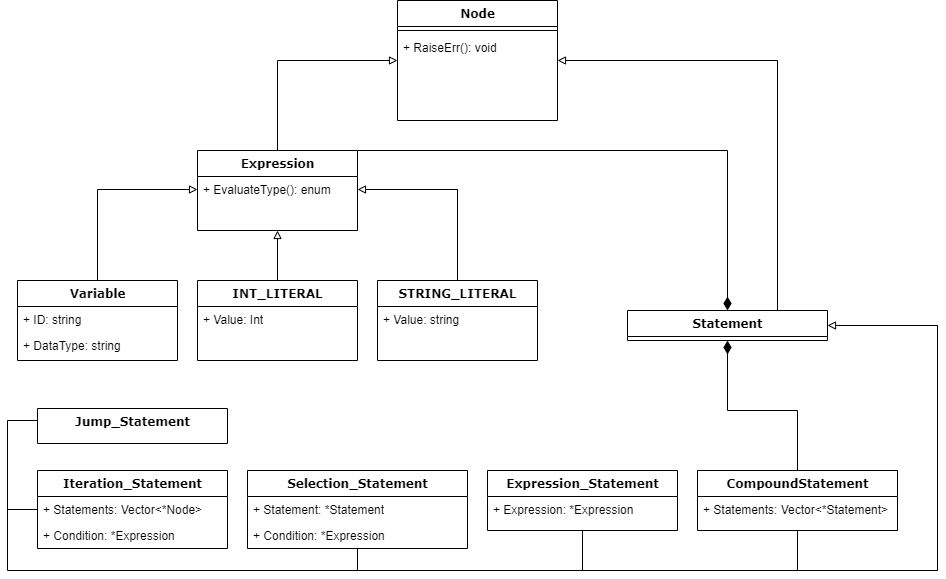
tjfacos/FearnLang keeps this draw.io diagram as Analysis/Modelling/NEA Analysis Class Diagrams.drawio.png. Above is the earlier version. Source tidied: cells renumbered, new cells last; positions are measured from the earlier drawing's top-left corner, leaving out a move shared by most shapes. The source it was exported from:
```xml
<mxGraphModel>
  <root>
    <mxCell id="0" />
    <mxCell id="1" parent="0" />
    <mxCell id="2" value="Node" style="swimlane;html=1;fontStyle=1;align=center;verticalAlign=top;horizontal=1;startSize=26;swimlaneFillColor=#ffffff;rounded=0;shadow=0;comic=0;labelBackgroundColor=none;strokeWidth=1;fillColor=none;fontFamily=Verdana;fontSize=12;" parent="1" vertex="1">
      <mxGeometry x="390" width="160" height="120" as="geometry" />
    </mxCell>
    <mxCell id="3" style="line;html=1;strokeWidth=1;fillColor=none;align=left;verticalAlign=middle;spacingTop=-1;spacingLeft=3;spacingRight=3;labelPosition=right;" parent="2" vertex="1">
      <mxGeometry y="26" width="160" height="8" as="geometry" />
    </mxCell>
    <mxCell id="4" value="+ RaiseErr(): void" style="text;html=1;strokeColor=none;fillColor=none;align=left;verticalAlign=top;spacingLeft=4;spacingRight=4;whiteSpace=wrap;overflow=hidden;" parent="2" vertex="1">
      <mxGeometry y="34" width="160" height="26" as="geometry" />
    </mxCell>
    <mxCell id="5" style="edgeStyle=orthogonalEdgeStyle;rounded=0;jettySize=auto;html=1;exitX=0.5;exitY=0;exitDx=0;exitDy=0;entryX=0;entryY=0.5;entryDx=0;entryDy=0;endArrow=block;endFill=0;" parent="1" edge="1" source="6" target="22">
      <mxGeometry relative="1" as="geometry" />
    </mxCell>
    <mxCell id="6" value="Variable" style="swimlane;html=1;fontStyle=1;align=center;verticalAlign=top;horizontal=1;startSize=26;swimlaneFillColor=#ffffff;rounded=0;shadow=0;comic=0;labelBackgroundColor=none;strokeWidth=1;fillColor=none;fontFamily=Verdana;fontSize=12;" parent="1" vertex="1">
      <mxGeometry x="10" y="280" width="160" height="80" as="geometry" />
    </mxCell>
    <mxCell id="7" value="+ ID: string" style="text;html=1;strokeColor=none;fillColor=none;align=left;verticalAlign=top;spacingLeft=4;spacingRight=4;whiteSpace=wrap;overflow=hidden;" parent="6" vertex="1">
      <mxGeometry y="26" width="160" height="26" as="geometry" />
    </mxCell>
    <mxCell id="8" value="+ DataType: string" style="text;html=1;strokeColor=none;fillColor=none;align=left;verticalAlign=top;spacingLeft=4;spacingRight=4;whiteSpace=wrap;overflow=hidden;" parent="6" vertex="1">
      <mxGeometry y="52" width="160" height="26" as="geometry" />
    </mxCell>
    <mxCell id="9" style="edgeStyle=none;rounded=0;jettySize=auto;html=1;exitX=0.5;exitY=1;exitDx=0;exitDy=0;startArrow=none;startFill=0;endArrow=none;endFill=0;startSize=13;endSize=11;sourcePerimeterSpacing=0;" parent="1" edge="1" source="11">
      <mxGeometry relative="1" as="geometry">
        <mxPoint x="790" y="570" as="targetPoint" />
      </mxGeometry>
    </mxCell>
    <mxCell id="10" style="edgeStyle=orthogonalEdgeStyle;rounded=0;jettySize=auto;html=1;exitX=0.5;exitY=0;exitDx=0;exitDy=0;entryX=0.5;entryY=1;entryDx=0;entryDy=0;startArrow=none;startFill=0;endArrow=diamondThin;endFill=1;startSize=13;endSize=11;sourcePerimeterSpacing=0;" parent="1" edge="1" source="11" target="36">
      <mxGeometry relative="1" as="geometry" />
    </mxCell>
    <mxCell id="11" value="CompoundStatement" style="swimlane;html=1;fontStyle=1;align=center;verticalAlign=top;horizontal=1;startSize=26;swimlaneFillColor=#ffffff;rounded=0;shadow=0;comic=0;labelBackgroundColor=none;strokeWidth=1;fillColor=none;fontFamily=Verdana;fontSize=12;" parent="1" vertex="1">
      <mxGeometry x="690" y="470" width="200" height="60" as="geometry" />
    </mxCell>
    <mxCell id="12" value="+ Statements: Vector&amp;lt;*Statement&amp;gt;" style="text;html=1;strokeColor=none;fillColor=none;align=left;verticalAlign=top;spacingLeft=4;spacingRight=4;whiteSpace=wrap;overflow=hidden;" parent="11" vertex="1">
      <mxGeometry y="26" width="200" height="26" as="geometry" />
    </mxCell>
    <mxCell id="13" style="edgeStyle=orthogonalEdgeStyle;rounded=0;jettySize=auto;html=1;exitX=0.5;exitY=0;exitDx=0;exitDy=0;entryX=0.5;entryY=1;entryDx=0;entryDy=0;endArrow=block;endFill=0;" parent="1" edge="1" source="14" target="21">
      <mxGeometry relative="1" as="geometry" />
    </mxCell>
    <mxCell id="14" value="INT_LITERAL" style="swimlane;html=1;fontStyle=1;align=center;verticalAlign=top;horizontal=1;startSize=26;swimlaneFillColor=#ffffff;rounded=0;shadow=0;comic=0;labelBackgroundColor=none;strokeWidth=1;fillColor=none;fontFamily=Verdana;fontSize=12;" parent="1" vertex="1">
      <mxGeometry x="190" y="280" width="160" height="80" as="geometry" />
    </mxCell>
    <mxCell id="15" value="+ Value: Int" style="text;html=1;strokeColor=none;fillColor=none;align=left;verticalAlign=top;spacingLeft=4;spacingRight=4;whiteSpace=wrap;overflow=hidden;" parent="14" vertex="1">
      <mxGeometry y="26" width="160" height="26" as="geometry" />
    </mxCell>
    <mxCell id="16" style="edgeStyle=orthogonalEdgeStyle;rounded=0;jettySize=auto;html=1;exitX=0.5;exitY=0;exitDx=0;exitDy=0;entryX=1;entryY=0.5;entryDx=0;entryDy=0;endArrow=block;endFill=0;" parent="1" edge="1" source="17" target="22">
      <mxGeometry relative="1" as="geometry" />
    </mxCell>
    <mxCell id="17" value="STRING_LITERAL" style="swimlane;html=1;fontStyle=1;align=center;verticalAlign=top;horizontal=1;startSize=26;swimlaneFillColor=#ffffff;rounded=0;shadow=0;comic=0;labelBackgroundColor=none;strokeWidth=1;fillColor=none;fontFamily=Verdana;fontSize=12;" parent="1" vertex="1">
      <mxGeometry x="370" y="280" width="160" height="80" as="geometry" />
    </mxCell>
    <mxCell id="18" value="+ Value: string" style="text;html=1;strokeColor=none;fillColor=none;align=left;verticalAlign=top;spacingLeft=4;spacingRight=4;whiteSpace=wrap;overflow=hidden;" parent="17" vertex="1">
      <mxGeometry y="26" width="160" height="26" as="geometry" />
    </mxCell>
    <mxCell id="19" style="edgeStyle=orthogonalEdgeStyle;rounded=0;jettySize=auto;html=1;exitX=0.5;exitY=0;exitDx=0;exitDy=0;entryX=0;entryY=0.5;entryDx=0;entryDy=0;endArrow=block;endFill=0;" parent="1" edge="1" source="21" target="2">
      <mxGeometry relative="1" as="geometry" />
    </mxCell>
    <mxCell id="20" style="edgeStyle=orthogonalEdgeStyle;rounded=0;jettySize=auto;html=1;exitX=1;exitY=0;exitDx=0;exitDy=0;entryX=0.5;entryY=0;entryDx=0;entryDy=0;startArrow=none;startFill=0;endArrow=diamondThin;endFill=1;startSize=13;endSize=11;sourcePerimeterSpacing=0;" parent="1" edge="1" source="21" target="36">
      <mxGeometry relative="1" as="geometry">
        <Array as="points">
          <mxPoint x="720" y="150" />
        </Array>
      </mxGeometry>
    </mxCell>
    <mxCell id="21" value="Expression" style="swimlane;html=1;fontStyle=1;align=center;verticalAlign=top;horizontal=1;startSize=26;swimlaneFillColor=#ffffff;rounded=0;shadow=0;comic=0;labelBackgroundColor=none;strokeWidth=1;fillColor=none;fontFamily=Verdana;fontSize=12;" parent="1" vertex="1">
      <mxGeometry x="190" y="150" width="160" height="80" as="geometry" />
    </mxCell>
    <mxCell id="22" value="+ EvaluateType(): enum" style="text;html=1;strokeColor=none;fillColor=none;align=left;verticalAlign=top;spacingLeft=4;spacingRight=4;whiteSpace=wrap;overflow=hidden;points=[[0,0.5],[1,0.5]];portConstraint=eastwest;" parent="21" vertex="1">
      <mxGeometry y="26" width="160" height="26" as="geometry" />
    </mxCell>
    <mxCell id="23" style="edgeStyle=none;rounded=0;jettySize=auto;html=1;exitX=0.5;exitY=1;exitDx=0;exitDy=0;startArrow=none;startFill=0;endArrow=none;endFill=0;startSize=13;endSize=11;sourcePerimeterSpacing=0;" parent="1" edge="1" source="24">
      <mxGeometry relative="1" as="geometry">
        <mxPoint x="575" y="570" as="targetPoint" />
      </mxGeometry>
    </mxCell>
    <mxCell id="24" value="Expression_Statement" style="swimlane;html=1;fontStyle=1;align=center;verticalAlign=top;horizontal=1;startSize=26;swimlaneFillColor=#ffffff;rounded=0;shadow=0;comic=0;labelBackgroundColor=none;strokeWidth=1;fillColor=none;fontFamily=Verdana;fontSize=12;" parent="1" vertex="1">
      <mxGeometry x="480" y="470" width="190" height="60" as="geometry" />
    </mxCell>
    <mxCell id="25" value="+ Expression: *Expression" style="text;html=1;strokeColor=none;fillColor=none;align=left;verticalAlign=top;spacingLeft=4;spacingRight=4;whiteSpace=wrap;overflow=hidden;" parent="24" vertex="1">
      <mxGeometry y="26" width="190" height="26" as="geometry" />
    </mxCell>
    <mxCell id="26" style="edgeStyle=none;rounded=0;jettySize=auto;html=1;exitX=0.5;exitY=1;exitDx=0;exitDy=0;startArrow=none;startFill=0;endArrow=none;endFill=0;startSize=13;endSize=11;sourcePerimeterSpacing=0;" parent="1" edge="1" source="27">
      <mxGeometry relative="1" as="geometry">
        <mxPoint x="350" y="570" as="targetPoint" />
      </mxGeometry>
    </mxCell>
    <mxCell id="27" value="Selection_Statement" style="swimlane;html=1;fontStyle=1;align=center;verticalAlign=top;horizontal=1;startSize=26;swimlaneFillColor=#ffffff;rounded=0;shadow=0;comic=0;labelBackgroundColor=none;strokeWidth=1;fillColor=none;fontFamily=Verdana;fontSize=12;" parent="1" vertex="1">
      <mxGeometry x="240" y="470" width="220" height="78" as="geometry" />
    </mxCell>
    <mxCell id="28" value="+ Statement: *Statement" style="text;html=1;strokeColor=none;fillColor=none;align=left;verticalAlign=top;spacingLeft=4;spacingRight=4;whiteSpace=wrap;overflow=hidden;" parent="27" vertex="1">
      <mxGeometry y="26" width="220" height="26" as="geometry" />
    </mxCell>
    <mxCell id="29" value="+ Condition: *Expression" style="text;html=1;strokeColor=none;fillColor=none;align=left;verticalAlign=top;spacingLeft=4;spacingRight=4;whiteSpace=wrap;overflow=hidden;" parent="27" vertex="1">
      <mxGeometry y="52" width="220" height="26" as="geometry" />
    </mxCell>
    <mxCell id="30" value="Iteration_Statement" style="swimlane;html=1;fontStyle=1;align=center;verticalAlign=top;horizontal=1;startSize=26;swimlaneFillColor=#ffffff;rounded=0;shadow=0;comic=0;labelBackgroundColor=none;strokeWidth=1;fillColor=none;fontFamily=Verdana;fontSize=12;" parent="1" vertex="1">
      <mxGeometry x="30" y="470" width="190" height="78" as="geometry" />
    </mxCell>
    <mxCell id="31" value="+ Statements: Vector&amp;lt;*Node&amp;gt;" style="text;html=1;strokeColor=none;fillColor=none;align=left;verticalAlign=top;spacingLeft=4;spacingRight=4;whiteSpace=wrap;overflow=hidden;points=[[0,0.5],[1,0.5]];portConstraint=eastwest;" parent="30" vertex="1">
      <mxGeometry y="26" width="190" height="26" as="geometry" />
    </mxCell>
    <mxCell id="32" value="+ Condition: *Expression" style="text;html=1;strokeColor=none;fillColor=none;align=left;verticalAlign=top;spacingLeft=4;spacingRight=4;whiteSpace=wrap;overflow=hidden;" parent="30" vertex="1">
      <mxGeometry y="52" width="190" height="26" as="geometry" />
    </mxCell>
    <mxCell id="33" value="Jump_Statement" style="swimlane;html=1;fontStyle=1;align=center;verticalAlign=top;horizontal=1;startSize=55;swimlaneFillColor=#ffffff;rounded=0;shadow=0;comic=0;labelBackgroundColor=none;strokeWidth=1;fillColor=none;fontFamily=Verdana;fontSize=12;" parent="1" vertex="1">
      <mxGeometry x="30" y="408" width="190" height="35" as="geometry" />
    </mxCell>
    <mxCell id="34" style="edgeStyle=orthogonalEdgeStyle;rounded=0;jettySize=auto;html=1;endArrow=block;endFill=0;entryX=1;entryY=0.5;entryDx=0;entryDy=0;" parent="1" edge="1" target="36">
      <mxGeometry relative="1" as="geometry">
        <mxPoint x="30" y="430" as="sourcePoint" />
        <Array as="points">
          <mxPoint x="30" y="420" />
          <mxPoint y="420" />
          <mxPoint y="570" />
          <mxPoint x="930" y="570" />
          <mxPoint x="930" y="325" />
        </Array>
      </mxGeometry>
    </mxCell>
    <mxCell id="35" style="edgeStyle=none;rounded=0;jettySize=auto;html=1;exitX=0;exitY=0.5;exitDx=0;exitDy=0;startArrow=none;startFill=0;endArrow=none;endFill=0;startSize=13;endSize=11;sourcePerimeterSpacing=0;" parent="1" edge="1" source="31">
      <mxGeometry relative="1" as="geometry">
        <mxPoint y="509" as="targetPoint" />
      </mxGeometry>
    </mxCell>
    <mxCell id="36" value="Statement" style="swimlane;html=1;fontStyle=1;align=center;verticalAlign=top;horizontal=1;startSize=26;swimlaneFillColor=#ffffff;rounded=0;shadow=0;comic=0;labelBackgroundColor=none;strokeWidth=1;fillColor=none;fontFamily=Verdana;fontSize=12;" parent="1" vertex="1">
      <mxGeometry x="620" y="310" width="200" height="30" as="geometry" />
    </mxCell>
    <mxCell id="37" style="edgeStyle=orthogonalEdgeStyle;rounded=0;jettySize=auto;html=1;exitX=0.75;exitY=0;exitDx=0;exitDy=0;entryX=1;entryY=0.5;entryDx=0;entryDy=0;endArrow=block;endFill=0;" parent="1" edge="1" source="36" target="2">
      <mxGeometry relative="1" as="geometry" />
    </mxCell>
  </root>
</mxGraphModel>
```
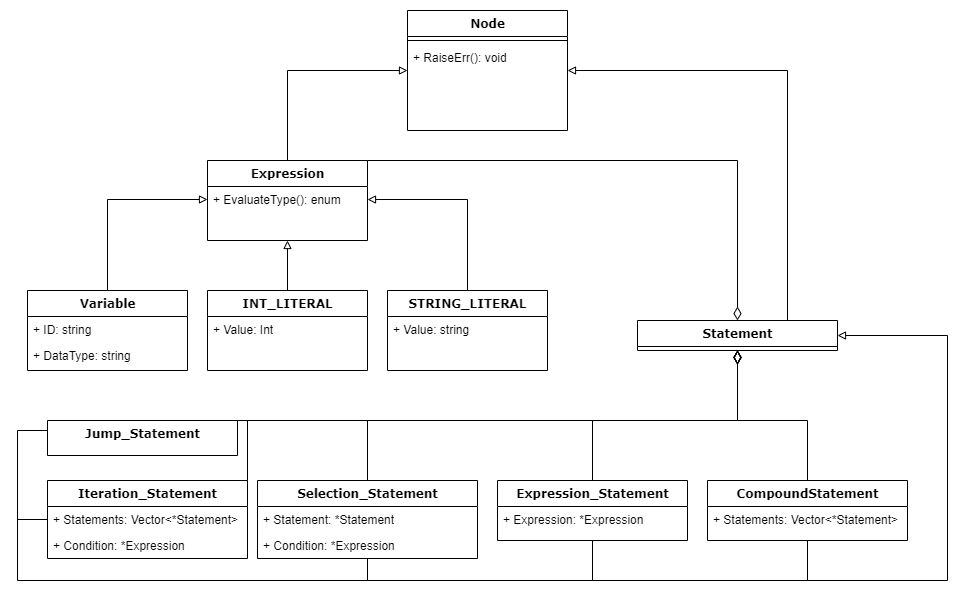
After the change.

Commit message:
Finished diagram and added new DA

Diff of the diagram source:
```diff
@@ -28,7 +28,7 @@
         <mxPoint x="790" y="570" as="targetPoint" />
       </mxGeometry>
     </mxCell>
-    <mxCell id="10" style="edgeStyle=orthogonalEdgeStyle;rounded=0;jettySize=auto;html=1;exitX=0.5;exitY=0;exitDx=0;exitDy=0;entryX=0.5;entryY=1;entryDx=0;entryDy=0;startArrow=none;startFill=0;endArrow=diamondThin;endFill=1;startSize=13;endSize=11;sourcePerimeterSpacing=0;" parent="1" edge="1" source="11" target="36">
+    <mxCell id="10" style="edgeStyle=orthogonalEdgeStyle;rounded=0;jettySize=auto;html=1;exitX=0.5;exitY=0;exitDx=0;exitDy=0;entryX=0.5;entryY=1;entryDx=0;entryDy=0;startArrow=none;startFill=0;endArrow=diamondThin;endFill=0;startSize=13;endSize=11;sourcePerimeterSpacing=0;" parent="1" edge="1" source="11" target="36">
       <mxGeometry relative="1" as="geometry" />
     </mxCell>
     <mxCell id="11" value="CompoundStatement" style="swimlane;html=1;fontStyle=1;align=center;verticalAlign=top;horizontal=1;startSize=26;swimlaneFillColor=#ffffff;rounded=0;shadow=0;comic=0;labelBackgroundColor=none;strokeWidth=1;fillColor=none;fontFamily=Verdana;fontSize=12;" parent="1" vertex="1">
@@ -58,7 +58,7 @@
     <mxCell id="19" style="edgeStyle=orthogonalEdgeStyle;rounded=0;jettySize=auto;html=1;exitX=0.5;exitY=0;exitDx=0;exitDy=0;entryX=0;entryY=0.5;entryDx=0;entryDy=0;endArrow=block;endFill=0;" parent="1" edge="1" source="21" target="2">
       <mxGeometry relative="1" as="geometry" />
     </mxCell>
-    <mxCell id="20" style="edgeStyle=orthogonalEdgeStyle;rounded=0;jettySize=auto;html=1;exitX=1;exitY=0;exitDx=0;exitDy=0;entryX=0.5;entryY=0;entryDx=0;entryDy=0;startArrow=none;startFill=0;endArrow=diamondThin;endFill=1;startSize=13;endSize=11;sourcePerimeterSpacing=0;" parent="1" edge="1" source="21" target="36">
+    <mxCell id="20" style="edgeStyle=orthogonalEdgeStyle;rounded=0;jettySize=auto;html=1;exitX=1;exitY=0;exitDx=0;exitDy=0;entryX=0.5;entryY=0;entryDx=0;entryDy=0;startArrow=none;startFill=0;endArrow=diamondThin;endFill=0;startSize=13;endSize=11;sourcePerimeterSpacing=0;" parent="1" edge="1" source="21" target="36">
       <mxGeometry relative="1" as="geometry">
         <Array as="points">
           <mxPoint x="720" y="150" />
@@ -97,16 +97,16 @@
       <mxGeometry y="52" width="220" height="26" as="geometry" />
     </mxCell>
     <mxCell id="30" value="Iteration_Statement" style="swimlane;html=1;fontStyle=1;align=center;verticalAlign=top;horizontal=1;startSize=26;swimlaneFillColor=#ffffff;rounded=0;shadow=0;comic=0;labelBackgroundColor=none;strokeWidth=1;fillColor=none;fontFamily=Verdana;fontSize=12;" parent="1" vertex="1">
-      <mxGeometry x="30" y="470" width="190" height="78" as="geometry" />
+      <mxGeometry x="30" y="470" width="200" height="78" as="geometry" />
     </mxCell>
-    <mxCell id="31" value="+ Statements: Vector&amp;lt;*Node&amp;gt;" style="text;html=1;strokeColor=none;fillColor=none;align=left;verticalAlign=top;spacingLeft=4;spacingRight=4;whiteSpace=wrap;overflow=hidden;points=[[0,0.5],[1,0.5]];portConstraint=eastwest;" parent="30" vertex="1">
-      <mxGeometry y="26" width="190" height="26" as="geometry" />
+    <mxCell id="31" value="+ Statements: Vector&amp;lt;*Statement&amp;gt;" style="text;html=1;strokeColor=none;fillColor=none;align=left;verticalAlign=top;spacingLeft=4;spacingRight=4;whiteSpace=wrap;overflow=hidden;points=[[0,0.5],[1,0.5]];portConstraint=eastwest;" parent="30" vertex="1">
+      <mxGeometry y="26" width="200" height="26" as="geometry" />
     </mxCell>
     <mxCell id="32" value="+ Condition: *Expression" style="text;html=1;strokeColor=none;fillColor=none;align=left;verticalAlign=top;spacingLeft=4;spacingRight=4;whiteSpace=wrap;overflow=hidden;" parent="30" vertex="1">
-      <mxGeometry y="52" width="190" height="26" as="geometry" />
+      <mxGeometry y="52" width="200" height="26" as="geometry" />
     </mxCell>
     <mxCell id="33" value="Jump_Statement" style="swimlane;html=1;fontStyle=1;align=center;verticalAlign=top;horizontal=1;startSize=55;swimlaneFillColor=#ffffff;rounded=0;shadow=0;comic=0;labelBackgroundColor=none;strokeWidth=1;fillColor=none;fontFamily=Verdana;fontSize=12;" parent="1" vertex="1">
-      <mxGeometry x="30" y="408" width="190" height="35" as="geometry" />
+      <mxGeometry x="30" y="410" width="190" height="35" as="geometry" />
     </mxCell>
     <mxCell id="34" style="edgeStyle=orthogonalEdgeStyle;rounded=0;jettySize=auto;html=1;endArrow=block;endFill=0;entryX=1;entryY=0.5;entryDx=0;entryDy=0;" parent="1" edge="1" target="36">
       <mxGeometry relative="1" as="geometry">
@@ -131,5 +131,27 @@
     <mxCell id="37" style="edgeStyle=orthogonalEdgeStyle;rounded=0;jettySize=auto;html=1;exitX=0.75;exitY=0;exitDx=0;exitDy=0;entryX=1;entryY=0.5;entryDx=0;entryDy=0;endArrow=block;endFill=0;" parent="1" edge="1" source="36" target="2">
       <mxGeometry relative="1" as="geometry" />
     </mxCell>
+    <mxCell id="38" style="edgeStyle=orthogonalEdgeStyle;rounded=0;jettySize=auto;html=1;exitX=0.5;exitY=0;exitDx=0;exitDy=0;entryX=0.5;entryY=1;entryDx=0;entryDy=0;startArrow=none;startFill=0;endArrow=diamondThin;endFill=0;startSize=13;endSize=11;sourcePerimeterSpacing=0;" parent="1" edge="1" source="24" target="36">
+      <mxGeometry relative="1" as="geometry" />
+    </mxCell>
+    <mxCell id="39" style="edgeStyle=orthogonalEdgeStyle;rounded=0;jettySize=auto;html=1;exitX=0.5;exitY=0;exitDx=0;exitDy=0;entryX=0.5;entryY=1;entryDx=0;entryDy=0;startArrow=none;startFill=0;endArrow=diamondThin;endFill=0;startSize=13;endSize=11;sourcePerimeterSpacing=0;" parent="1" edge="1" source="27" target="36">
+      <mxGeometry relative="1" as="geometry" />
+    </mxCell>
+    <mxCell id="40" style="edgeStyle=orthogonalEdgeStyle;rounded=0;jettySize=auto;html=1;exitX=1;exitY=0.25;exitDx=0;exitDy=0;entryX=0.5;entryY=1;entryDx=0;entryDy=0;startArrow=none;startFill=0;endArrow=diamondThin;endFill=0;startSize=13;endSize=11;sourcePerimeterSpacing=0;" parent="1" edge="1" source="33" target="36">
+      <mxGeometry relative="1" as="geometry">
+        <Array as="points">
+          <mxPoint x="220" y="410" />
+          <mxPoint x="720" y="410" />
+        </Array>
+      </mxGeometry>
+    </mxCell>
+    <mxCell id="41" style="edgeStyle=orthogonalEdgeStyle;rounded=0;jettySize=auto;html=1;exitX=1;exitY=0;exitDx=0;exitDy=0;entryX=0.5;entryY=1;entryDx=0;entryDy=0;startArrow=none;startFill=0;endArrow=diamondThin;endFill=0;startSize=13;endSize=11;sourcePerimeterSpacing=0;" parent="1" edge="1" source="30" target="36">
+      <mxGeometry relative="1" as="geometry">
+        <Array as="points">
+          <mxPoint x="230" y="410" />
+          <mxPoint x="720" y="410" />
+        </Array>
+      </mxGeometry>
+    </mxCell>
   </root>
 </mxGraphModel>
```
